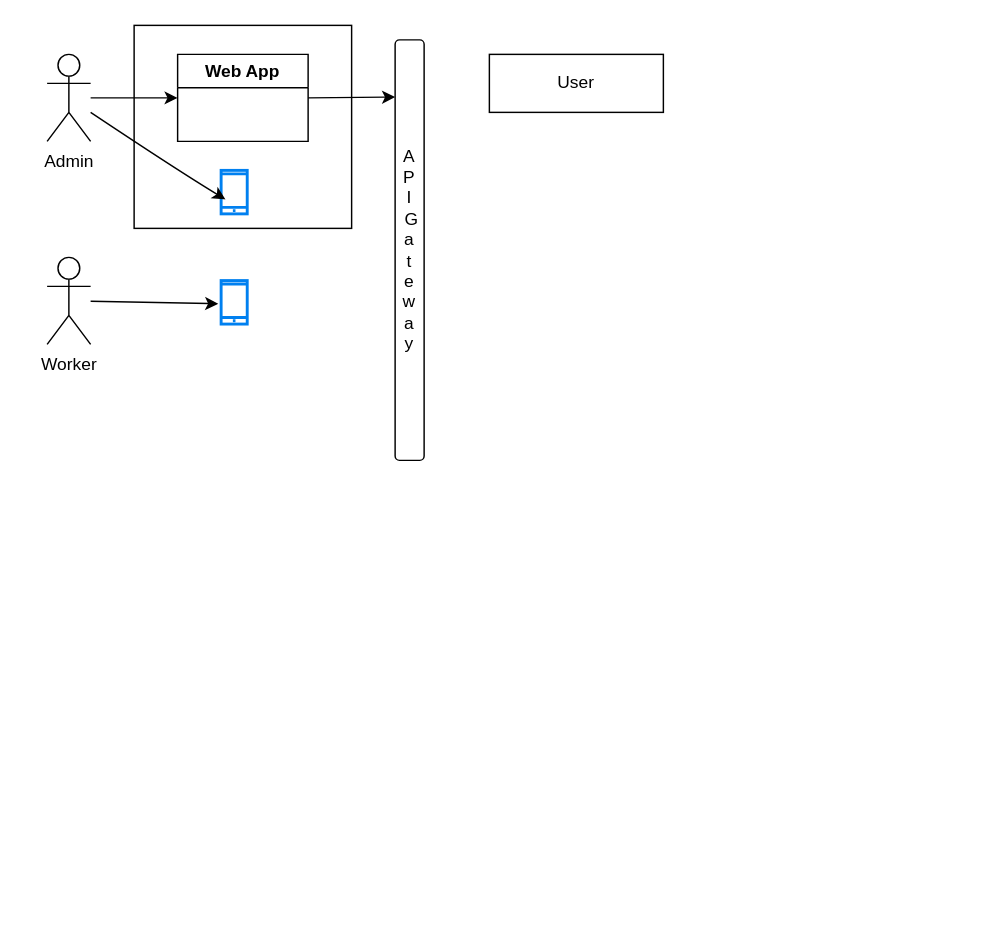
The draw.io diagram Untitled Diagram.drawio in jaikumar88/bricks-production, before the edit. Source tidied: cells renumbered, new cells numbered last; positions are measured from the earlier drawing's top-left corner, leaving out a move shared by most shapes. Both pictures are drawn from the tidied source at 145%, with x=0, y=0 at pixel (46, 25).
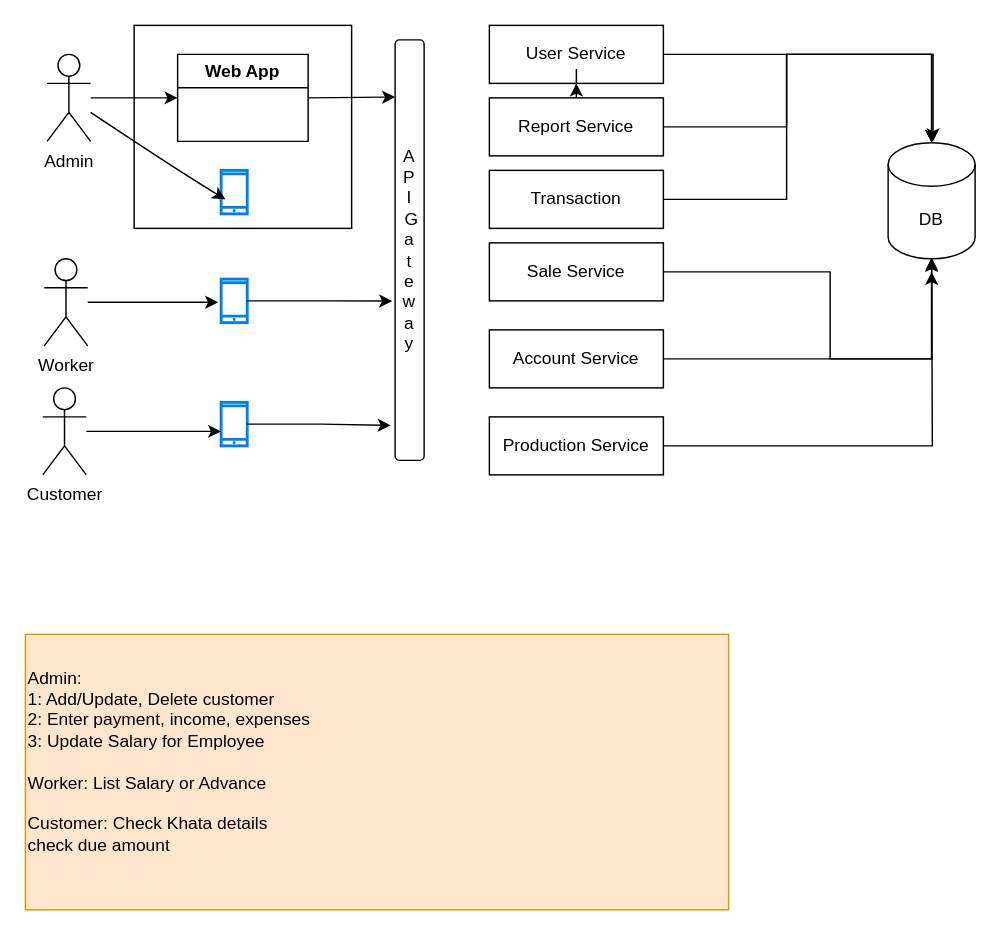
After the change.

The change refers to these unchanged cells:
```xml
<mxCell id="6" value="A&lt;div&gt;P&lt;/div&gt;&lt;div&gt;I&lt;/div&gt;&lt;div&gt;&amp;nbsp;G&lt;div&gt;a&lt;/div&gt;&lt;div&gt;t&lt;/div&gt;&lt;div&gt;e&lt;/div&gt;&lt;div&gt;w&lt;/div&gt;&lt;div&gt;a&lt;/div&gt;&lt;div&gt;y&lt;/div&gt;&lt;/div&gt;" style="rounded=1;whiteSpace=wrap;html=1;" parent="1" vertex="1">
  <mxGeometry x="240" y="10" width="20" height="290" as="geometry" />
</mxCell>
```

What changed in the source:
```diff
@@
+    <mxCell id="14" style="edgeStyle=orthogonalEdgeStyle;rounded=0;jettySize=auto;html=1;" parent="1" edge="1" source="3" target="28">
+      <mxGeometry relative="1" as="geometry" />
+    </mxCell>
-    <mxCell id="3" value="User" style="rounded=0;whiteSpace=wrap;html=1;" parent="1" vertex="1">
-      <mxGeometry x="305" y="20" width="120" height="40" as="geometry" />
+    <mxCell id="3" value="User Service" style="rounded=0;whiteSpace=wrap;html=1;" parent="1" vertex="1">
+      <mxGeometry x="305" width="120" height="40" as="geometry" />
     </mxCell>
@@
     <mxCell id="5" value="Worker" style="shape=umlActor;verticalLabelPosition=bottom;verticalAlign=top;html=1;outlineConnect=0;" parent="1" vertex="1">
-      <mxGeometry y="160" width="30" height="60" as="geometry" />
+      <mxGeometry x="-2" y="161" width="30" height="60" as="geometry" />
     </mxCell>
@@
     <mxCell id="11" style="html=1;verticalLabelPosition=bottom;align=center;labelBackgroundColor=#ffffff;verticalAlign=top;strokeWidth=2;strokeColor=#0080F0;shadow=0;dashed=0;shape=mxgraph.ios7.icons.smartphone;" parent="1" vertex="1">
-      <mxGeometry x="120" y="176" width="18" height="30" as="geometry" />
+      <mxGeometry x="120" y="175" width="18" height="30" as="geometry" />
     </mxCell>
@@
+    <mxCell id="15" style="html=1;verticalLabelPosition=bottom;align=center;labelBackgroundColor=#ffffff;verticalAlign=top;strokeWidth=2;strokeColor=#0080F0;shadow=0;dashed=0;shape=mxgraph.ios7.icons.smartphone;" parent="1" vertex="1">
+      <mxGeometry x="120" y="260" width="18" height="30" as="geometry" />
+    </mxCell>
+    <mxCell id="16" value="Customer" style="shape=umlActor;verticalLabelPosition=bottom;verticalAlign=top;html=1;outlineConnect=0;" parent="1" vertex="1">
+      <mxGeometry x="-3" y="250" width="30" height="60" as="geometry" />
+    </mxCell>
+    <mxCell id="17" style="edgeStyle=orthogonalEdgeStyle;rounded=0;jettySize=auto;html=1;entryX=0;entryY=0.667;entryDx=0;entryDy=0;entryPerimeter=0;" parent="1" edge="1" source="16" target="15">
+      <mxGeometry relative="1" as="geometry" />
+    </mxCell>
+    <mxCell id="18" style="edgeStyle=orthogonalEdgeStyle;rounded=0;jettySize=auto;html=1;entryX=-0.1;entryY=0.621;entryDx=0;entryDy=0;entryPerimeter=0;" parent="1" edge="1" source="11" target="6">
+      <mxGeometry relative="1" as="geometry" />
+    </mxCell>
+    <mxCell id="19" style="edgeStyle=orthogonalEdgeStyle;rounded=0;jettySize=auto;html=1;entryX=-0.15;entryY=0.917;entryDx=0;entryDy=0;entryPerimeter=0;" parent="1" edge="1" source="15" target="6">
+      <mxGeometry relative="1" as="geometry" />
+    </mxCell>
+    <mxCell id="20" value="Transaction" style="rounded=0;whiteSpace=wrap;html=1;" parent="1" vertex="1">
+      <mxGeometry x="305" y="100" width="120" height="40" as="geometry" />
+    </mxCell>
+    <mxCell id="21" value="Sale Service" style="rounded=0;whiteSpace=wrap;html=1;" parent="1" vertex="1">
+      <mxGeometry x="305" y="150" width="120" height="40" as="geometry" />
+    </mxCell>
+    <mxCell id="22" style="edgeStyle=orthogonalEdgeStyle;rounded=0;jettySize=auto;html=1;" parent="1" edge="1" source="23">
+      <mxGeometry relative="1" as="geometry">
+        <mxPoint x="610" y="160" as="targetPoint" />
+      </mxGeometry>
+    </mxCell>
+    <mxCell id="23" value="Production Service" style="rounded=0;whiteSpace=wrap;html=1;" parent="1" vertex="1">
+      <mxGeometry x="305" y="270" width="120" height="40" as="geometry" />
+    </mxCell>
+    <mxCell id="24" style="edgeStyle=orthogonalEdgeStyle;rounded=0;jettySize=auto;html=1;entryX=0.5;entryY=0;entryDx=0;entryDy=0;entryPerimeter=0;" parent="1" edge="1" source="26" target="28">
+      <mxGeometry relative="1" as="geometry">
+        <Array as="points">
+          <mxPoint x="510" y="70" />
+          <mxPoint x="510" y="20" />
+          <mxPoint x="610" y="20" />
+        </Array>
+      </mxGeometry>
+    </mxCell>
+    <mxCell id="25" style="edgeStyle=orthogonalEdgeStyle;rounded=0;jettySize=auto;html=1;" parent="1" edge="1" source="26" target="3">
+      <mxGeometry relative="1" as="geometry" />
+    </mxCell>
+    <mxCell id="26" value="Report Service" style="rounded=0;whiteSpace=wrap;html=1;" parent="1" vertex="1">
+      <mxGeometry x="305" y="50" width="120" height="40" as="geometry" />
+    </mxCell>
+    <mxCell id="27" value="Account Service" style="rounded=0;whiteSpace=wrap;html=1;" parent="1" vertex="1">
+      <mxGeometry x="305" y="210" width="120" height="40" as="geometry" />
+    </mxCell>
+    <mxCell id="28" value="DB" style="shape=cylinder3;whiteSpace=wrap;html=1;boundedLbl=1;backgroundOutline=1;size=15;" parent="1" vertex="1">
+      <mxGeometry x="580" y="81" width="60" height="80" as="geometry" />
+    </mxCell>
+    <mxCell id="29" style="edgeStyle=orthogonalEdgeStyle;rounded=0;jettySize=auto;html=1;" parent="1" edge="1" source="20">
+      <mxGeometry relative="1" as="geometry">
+        <mxPoint x="611" y="80" as="targetPoint" />
+        <Array as="points">
+          <mxPoint x="510" y="120" />
+          <mxPoint x="510" y="20" />
+          <mxPoint x="611" y="20" />
+        </Array>
+      </mxGeometry>
+    </mxCell>
+    <mxCell id="30" style="edgeStyle=orthogonalEdgeStyle;rounded=0;jettySize=auto;html=1;" parent="1" edge="1" source="21">
+      <mxGeometry relative="1" as="geometry">
+        <mxPoint x="610" y="170" as="targetPoint" />
+        <Array as="points">
+          <mxPoint x="540" y="170" />
+          <mxPoint x="540" y="230" />
+          <mxPoint x="610" y="230" />
+        </Array>
+      </mxGeometry>
+    </mxCell>
+    <mxCell id="31" style="edgeStyle=orthogonalEdgeStyle;rounded=0;jettySize=auto;html=1;entryX=0.5;entryY=1;entryDx=0;entryDy=0;entryPerimeter=0;" parent="1" edge="1" source="27" target="28">
+      <mxGeometry relative="1" as="geometry" />
+    </mxCell>
+    <mxCell id="32" value="Admin:&amp;nbsp;&lt;div&gt;1: Add/Update, Delete customer&lt;/div&gt;&lt;div&gt;2: Enter payment, income, expenses&lt;/div&gt;&lt;div&gt;3: Update Salary for Employee&lt;/div&gt;&lt;div&gt;&lt;br&gt;&lt;/div&gt;&lt;div&gt;Worker: List Salary or Advance&lt;/div&gt;&lt;div&gt;&lt;br&gt;&lt;/div&gt;&lt;div&gt;Customer: Check Khata details&lt;/div&gt;&lt;div&gt;check due amount&lt;/div&gt;&lt;div&gt;&lt;br&gt;&lt;/div&gt;" style="text;html=1;align=left;verticalAlign=middle;whiteSpace=wrap;rounded=0;fillColor=#ffe6cc;strokeColor=#d79b00;" parent="1" vertex="1">
+      <mxGeometry x="-15" y="420" width="485" height="190" as="geometry" />
+    </mxCell>
```
